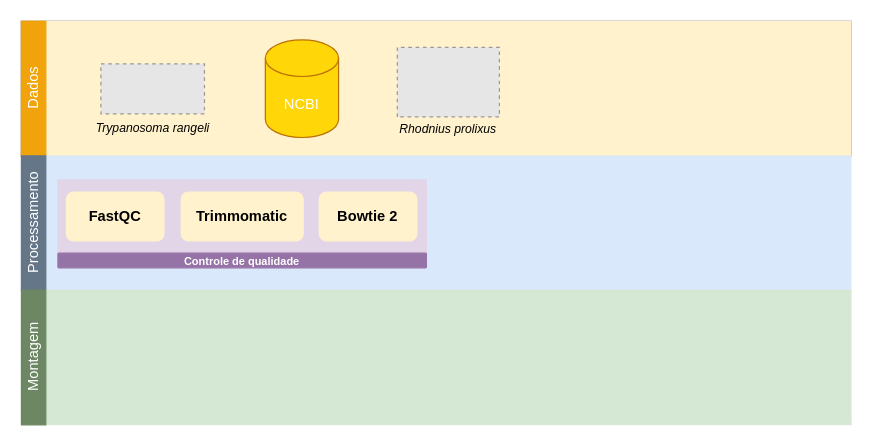
Earlier version of the draw.io diagram page "Workflow" (1 of 2) of ufsc/ppgbtc-doutorado/workflow_rnaseq_trangeli.drawio (ekazuo/draw-io). Source tidied: cells renumbered, new cells numbered last; positions are measured from the earlier drawing's top-left corner, leaving out a move shared by most shapes. Both pictures are drawn from the tidied source at 122%, with x=0, y=0 at pixel (-34, 21). Pictures stored in the file or linked from it are replaced by grey dashed boxes.
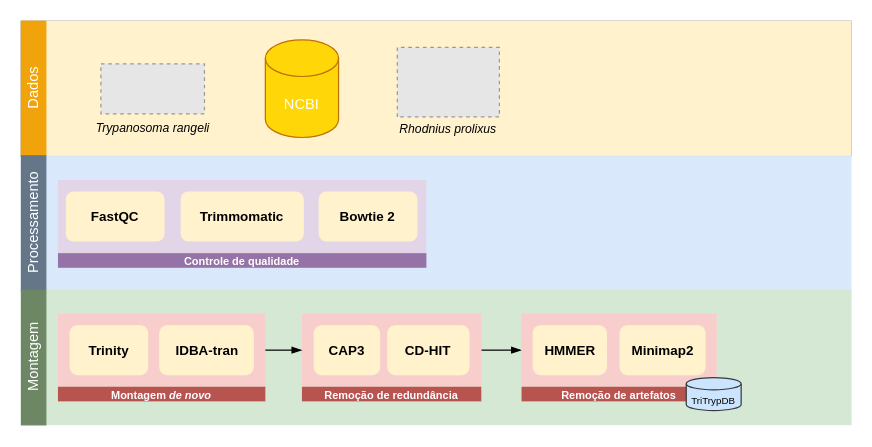
After the change.

Commit message:
etapa de montagem

Unchanged cells that the change refers to:
```xml
<mxCell id="12" style="group;" parent="1" vertex="1">
  <mxGeometry x="75" y="130" width="302" height="72" as="geometry" />
</mxCell>
```

Change to the diagram source:
```diff
@@
+    <mxCell id="18" style="rounded=0;whiteSpace=wrap;html=1;align=center;fillColor=#D5E8D4;strokeColor=#D5E8D4;" parent="1" vertex="1">
+      <mxGeometry x="65" y="220.5" width="660" height="110" as="geometry" />
+    </mxCell>
+    <mxCell id="19" value="&lt;font color=&quot;#ffffff&quot;&gt;Montagem&lt;/font&gt;" style="text;html=1;strokeColor=#6D8764;fillColor=#6D8764;align=center;verticalAlign=middle;whiteSpace=wrap;rounded=0;rotation=-90;fontColor=#000000;" parent="1" vertex="1">
+      <mxGeometry x="-0.2" y="265.5" width="110.5" height="20" as="geometry" />
+    </mxCell>
@@
-    <mxCell id="13" style="rounded=0;whiteSpace=wrap;html=1;arcSize=5;fontStyle=1;fillColor=#e1d5e7;strokeColor=#E1D5E7;" parent="12" vertex="1">
+    <mxCell id="13" style="rounded=0;whiteSpace=wrap;html=1;arcSize=5;fontStyle=1;fillColor=#e1d5e7;strokeColor=none;" parent="12" vertex="1">
       <mxGeometry width="302" height="60" as="geometry" />
     </mxCell>
-    <mxCell id="14" value="&lt;div&gt;FastQC&lt;/div&gt;" style="rounded=1;whiteSpace=wrap;html=1;fontStyle=1;fillColor=#fff2cc;strokeColor=#FFF2CC;" parent="12" vertex="1">
+    <mxCell id="14" value="&lt;div style=&quot;font-size: 11px;&quot;&gt;&lt;font style=&quot;font-size: 11px;&quot;&gt;FastQC&lt;/font&gt;&lt;/div&gt;" style="rounded=1;whiteSpace=wrap;html=1;fontStyle=1;fillColor=#fff2cc;strokeColor=#FFF2CC;" parent="12" vertex="1">
       <mxGeometry x="6.9" y="10" width="80" height="40" as="geometry" />
     </mxCell>
-    <mxCell id="15" value="Trimmomatic" style="rounded=1;whiteSpace=wrap;html=1;fontStyle=1;fillColor=#FFF2CC;strokeColor=#FFF2CC;" parent="12" vertex="1">
+    <mxCell id="15" value="&lt;font style=&quot;font-size: 11px;&quot;&gt;Trimmomatic&lt;/font&gt;" style="rounded=1;whiteSpace=wrap;html=1;fontStyle=1;fillColor=#FFF2CC;strokeColor=#FFF2CC;" parent="12" vertex="1">
       <mxGeometry x="101" y="10" width="100" height="40" as="geometry" />
     </mxCell>
-    <mxCell id="16" value="Bowtie 2" style="rounded=1;whiteSpace=wrap;html=1;fontStyle=1;fillColor=#FFF2CC;strokeColor=#FFF2CC;" parent="12" vertex="1">
+    <mxCell id="16" value="&lt;font style=&quot;font-size: 11px;&quot;&gt;Bowtie 2&lt;/font&gt;" style="rounded=1;whiteSpace=wrap;html=1;fontStyle=1;fillColor=#FFF2CC;strokeColor=#FFF2CC;" parent="12" vertex="1">
       <mxGeometry x="214.2" y="10" width="80" height="40" as="geometry" />
     </mxCell>
-    <mxCell id="17" value="&lt;font color=&quot;#ffffff&quot; size=&quot;1&quot;&gt;&lt;b&gt;&lt;font style=&quot;font-size: 9px;&quot;&gt;Controle de qualidade&lt;/font&gt;&lt;/b&gt;&lt;/font&gt;" style="rounded=1;whiteSpace=wrap;html=1;arcSize=5;fontStyle=1;fillColor=#9673A6;strokeColor=#9673a6;" parent="12" vertex="1">
+    <mxCell id="17" value="&lt;font style=&quot;font-size: 9px;&quot; color=&quot;#ffffff&quot;&gt;&lt;b&gt;&lt;font style=&quot;font-size: 9px;&quot;&gt;Controle de qualidade&lt;/font&gt;&lt;/b&gt;&lt;/font&gt;" style="rounded=0;whiteSpace=wrap;html=1;arcSize=5;fontStyle=1;fillColor=#9673A6;strokeColor=none;" parent="12" vertex="1">
       <mxGeometry y="60" width="302" height="12" as="geometry" />
     </mxCell>
-    <mxCell id="18" style="rounded=0;whiteSpace=wrap;html=1;align=center;fillColor=#D5E8D4;strokeColor=#D5E8D4;" parent="1" vertex="1">
-      <mxGeometry x="65" y="220.5" width="660" height="110" as="geometry" />
-    </mxCell>
-    <mxCell id="19" value="&lt;font color=&quot;#ffffff&quot;&gt;Montagem&lt;/font&gt;" style="text;html=1;strokeColor=#6D8764;fillColor=#6D8764;align=center;verticalAlign=middle;whiteSpace=wrap;rounded=0;rotation=-90;fontColor=#000000;" parent="1" vertex="1">
-      <mxGeometry x="-0.2" y="265.5" width="110.5" height="20" as="geometry" />
-    </mxCell>
+    <mxCell id="20" style="group;" parent="1" vertex="1">
+      <mxGeometry x="275" y="239.5" width="147" height="72" as="geometry" />
+    </mxCell>
+    <mxCell id="21" style="edgeStyle=orthogonalEdgeStyle;rounded=0;jettySize=auto;html=1;exitX=1;exitY=0.5;exitDx=0;exitDy=0;endArrow=blockThin;endFill=1;" parent="20" edge="1" source="22">
+      <mxGeometry relative="1" as="geometry">
+        <mxPoint x="180" y="29.8" as="targetPoint" />
+      </mxGeometry>
+    </mxCell>
+    <mxCell id="22" style="rounded=0;whiteSpace=wrap;html=1;arcSize=5;fontStyle=1;fillColor=#f8cecc;strokeColor=none;" parent="20" vertex="1">
+      <mxGeometry width="147" height="60" as="geometry" />
+    </mxCell>
+    <mxCell id="23" value="&lt;font style=&quot;font-size: 9px;&quot; color=&quot;#ffffff&quot;&gt;Remoção de redundância&lt;br&gt;&lt;/font&gt;" style="rounded=0;whiteSpace=wrap;html=1;arcSize=5;fontStyle=1;fillColor=#B85450;strokeColor=none;" parent="20" vertex="1">
+      <mxGeometry y="60" width="147" height="12" as="geometry" />
+    </mxCell>
+    <mxCell id="24" value="&lt;font style=&quot;font-size: 11px;&quot;&gt;CAP3&lt;/font&gt;" style="rounded=1;whiteSpace=wrap;html=1;fontStyle=1;fillColor=#fff2cc;strokeColor=#FFF2CC;" parent="20" vertex="1">
+      <mxGeometry x="10.1" y="10" width="53.5" height="40" as="geometry" />
+    </mxCell>
+    <mxCell id="25" value="&lt;font style=&quot;font-size: 11px;&quot;&gt;CD-HIT&lt;/font&gt;" style="rounded=1;whiteSpace=wrap;html=1;fontStyle=1;fillColor=#FFF2CC;strokeColor=#FFF2CC;" parent="20" vertex="1">
+      <mxGeometry x="70.4" y="10" width="66.5" height="40" as="geometry" />
+    </mxCell>
+    <mxCell id="26" style="group;" parent="1" vertex="1">
+      <mxGeometry x="75" y="239.5" width="170" height="72" as="geometry" />
+    </mxCell>
+    <mxCell id="27" style="rounded=0;whiteSpace=wrap;html=1;arcSize=5;fontStyle=1;fillColor=#F8CECC;strokeColor=none;" parent="26" vertex="1">
+      <mxGeometry width="170" height="60" as="geometry" />
+    </mxCell>
+    <mxCell id="28" value="&lt;font style=&quot;font-size: 9px;&quot; color=&quot;#ffffff&quot;&gt;&lt;b&gt;&lt;font style=&quot;font-size: 9px;&quot;&gt;Montagem &lt;i&gt;de novo&lt;br&gt;&lt;/i&gt;&lt;/font&gt;&lt;/b&gt;&lt;/font&gt;" style="rounded=0;whiteSpace=wrap;html=1;arcSize=5;fontStyle=1;fillColor=#B85450;strokeColor=none;" parent="26" vertex="1">
+      <mxGeometry y="60" width="170" height="12" as="geometry" />
+    </mxCell>
+    <mxCell id="29" value="&lt;font style=&quot;font-size: 11px;&quot;&gt;Trinity&lt;/font&gt;" style="rounded=1;whiteSpace=wrap;html=1;fontStyle=1;fillColor=#fff2cc;strokeColor=#FFF2CC;" parent="26" vertex="1">
+      <mxGeometry x="10" y="10" width="63.5" height="40" as="geometry" />
+    </mxCell>
+    <mxCell id="30" value="&lt;font style=&quot;font-size: 11px;&quot;&gt;IDBA-tran&lt;/font&gt;" style="rounded=1;whiteSpace=wrap;html=1;fontStyle=1;fillColor=#FFF2CC;strokeColor=#FFF2CC;" parent="26" vertex="1">
+      <mxGeometry x="83.5" y="10" width="76.5" height="40" as="geometry" />
+    </mxCell>
+    <mxCell id="31" style="group;" parent="1" vertex="1">
+      <mxGeometry x="455" y="239.5" width="180" height="79.5" as="geometry" />
+    </mxCell>
+    <mxCell id="32" style="rounded=0;whiteSpace=wrap;html=1;arcSize=5;fontStyle=1;fillColor=#f8cecc;strokeColor=none;" parent="31" vertex="1">
+      <mxGeometry width="160" height="60" as="geometry" />
+    </mxCell>
+    <mxCell id="33" value="&lt;font style=&quot;font-size: 9px;&quot; color=&quot;#ffffff&quot;&gt;Remoção de artefatos&lt;/font&gt;" style="rounded=0;whiteSpace=wrap;html=1;arcSize=5;fontStyle=1;fillColor=#B85450;strokeColor=none;" parent="31" vertex="1">
+      <mxGeometry y="60" width="160" height="12" as="geometry" />
+    </mxCell>
+    <mxCell id="34" value="&lt;font style=&quot;font-size: 11px;&quot;&gt;HMMER&lt;/font&gt;" style="rounded=1;whiteSpace=wrap;html=1;fontStyle=1;fillColor=#fff2cc;strokeColor=#FFF2CC;" parent="31" vertex="1">
+      <mxGeometry x="9.6" y="10" width="59.9" height="40" as="geometry" />
+    </mxCell>
+    <mxCell id="35" value="&lt;font style=&quot;font-size: 11px;&quot;&gt;Minimap2&lt;/font&gt;" style="rounded=1;whiteSpace=wrap;html=1;fontStyle=1;fillColor=#FFF2CC;strokeColor=#FFF2CC;" parent="31" vertex="1">
+      <mxGeometry x="80.8" y="10" width="69.6" height="40" as="geometry" />
+    </mxCell>
+    <mxCell id="36" value="&lt;font style=&quot;font-size: 8px;&quot;&gt;TriTrypDB&lt;/font&gt;" style="shape=cylinder3;whiteSpace=wrap;html=1;boundedLbl=1;backgroundOutline=1;size=5;fontSize=10;fillColor=#cce5ff;strokeColor=#36393d;" parent="31" vertex="1">
+      <mxGeometry x="135" y="52.5" width="45" height="27" as="geometry" />
+    </mxCell>
+    <mxCell id="37" style="edgeStyle=orthogonalEdgeStyle;rounded=0;jettySize=auto;html=1;exitX=1;exitY=0.5;exitDx=0;exitDy=0;entryX=0;entryY=0.5;entryDx=0;entryDy=0;endArrow=blockThin;endFill=1;" parent="1" edge="1" source="27" target="22">
+      <mxGeometry relative="1" as="geometry" />
+    </mxCell>
```
